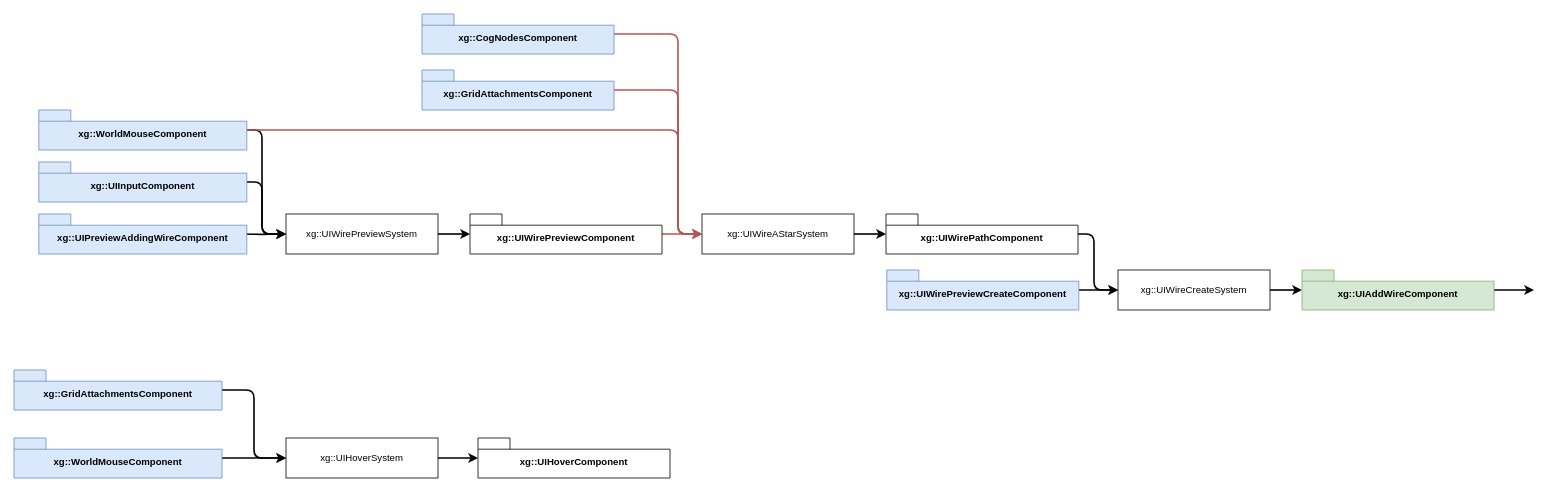
Before: design/preview-wires.drawio in djfooks-kl/breadboard, a draw.io diagram. Source tidied: cells renumbered, new cells numbered last; positions are measured from the earlier drawing's top-left corner, leaving out a move shared by most shapes. Both pictures are drawn from the tidied source at 80%, with x=0, y=0 at pixel (14, 14).
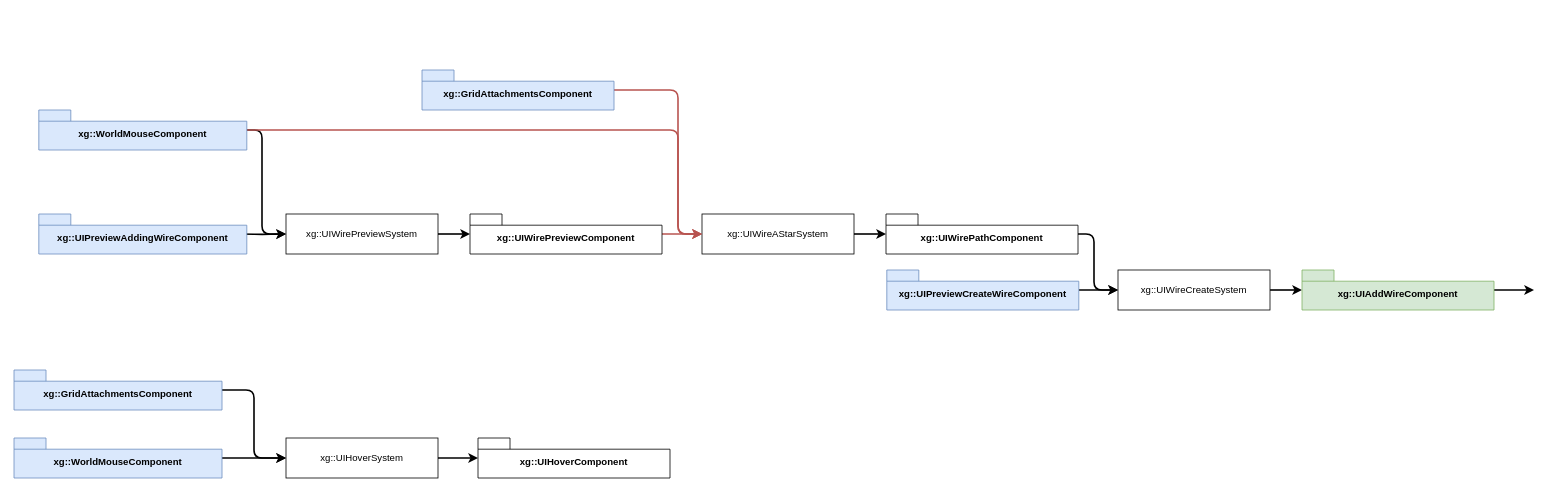
The same diagram, later.

The change refers to these unchanged cells:
```xml
<mxCell id="4" value="xg::UIWirePreviewSystem" style="html=1;whiteSpace=wrap;" parent="1" vertex="1">
  <mxGeometry x="340" y="250" width="190" height="50" as="geometry" />
</mxCell>
<mxCell id="17" value="xg::UIWireAStarSystem" style="html=1;whiteSpace=wrap;" parent="1" vertex="1">
  <mxGeometry x="860" y="250" width="190" height="50" as="geometry" />
</mxCell>
```

Diff of the diagram source:
```diff
@@
-    <mxCell id="6" value="xg::UIWirePreviewCreateComponent" style="shape=folder;fontStyle=1;spacingTop=10;tabWidth=40;tabHeight=14;tabPosition=left;html=1;whiteSpace=wrap;fillColor=#dae8fc;strokeColor=#6c8ebf;" parent="1" vertex="1">
+    <mxCell id="6" value="xg::UIPreviewCreateWireComponent" style="shape=folder;fontStyle=1;spacingTop=10;tabWidth=40;tabHeight=14;tabPosition=left;html=1;whiteSpace=wrap;fillColor=#dae8fc;strokeColor=#6c8ebf;" parent="1" vertex="1">
       <mxGeometry x="1091" y="320" width="240" height="50" as="geometry" />
     </mxCell>
@@
-    <mxCell id="9" style="edgeStyle=orthogonalEdgeStyle;shape=connector;curved=0;rounded=1;jettySize=auto;html=1;strokeColor=default;strokeWidth=2;align=center;verticalAlign=middle;fontFamily=Helvetica;fontSize=11;fontColor=default;labelBackgroundColor=default;endArrow=classic;" parent="1" edge="1" source="10" target="4">
-      <mxGeometry relative="1" as="geometry">
-        <Array as="points">
-          <mxPoint x="310" y="210" />
-          <mxPoint x="310" y="275" />
-        </Array>
-      </mxGeometry>
-    </mxCell>
-    <mxCell id="10" value="xg::UIInputComponent" style="shape=folder;fontStyle=1;spacingTop=10;tabWidth=40;tabHeight=14;tabPosition=left;html=1;whiteSpace=wrap;fillColor=#dae8fc;strokeColor=#6c8ebf;" parent="1" vertex="1">
-      <mxGeometry x="31" y="185" width="260" height="50" as="geometry" />
-    </mxCell>
@@
-    <mxCell id="25" style="edgeStyle=orthogonalEdgeStyle;shape=connector;curved=0;rounded=1;jettySize=auto;html=1;strokeColor=#b85450;strokeWidth=2;align=center;verticalAlign=middle;fontFamily=Helvetica;fontSize=11;fontColor=default;labelBackgroundColor=default;endArrow=classic;fillColor=#f8cecc;" parent="1" edge="1" source="26" target="17">
-      <mxGeometry relative="1" as="geometry">
-        <Array as="points">
-          <mxPoint x="830" y="25" />
-          <mxPoint x="830" y="275" />
-        </Array>
-      </mxGeometry>
-    </mxCell>
-    <mxCell id="26" value="xg::CogNodesComponent" style="shape=folder;fontStyle=1;spacingTop=10;tabWidth=40;tabHeight=14;tabPosition=left;html=1;whiteSpace=wrap;fillColor=#dae8fc;strokeColor=#6c8ebf;" parent="1" vertex="1">
-      <mxGeometry x="510" width="240" height="50" as="geometry" />
-    </mxCell>
```
